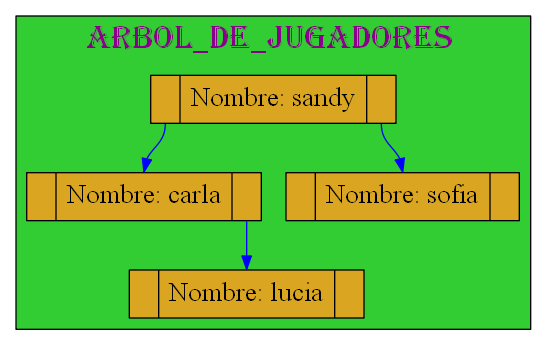
Earlier version of the Graphviz export Graficas/Arbol_Jugadores.dot.png (mariotun/EDD_1S2020_PY1_201602942). Its source is kept beside it as Graficas/Arbol_Jugadores.dot.
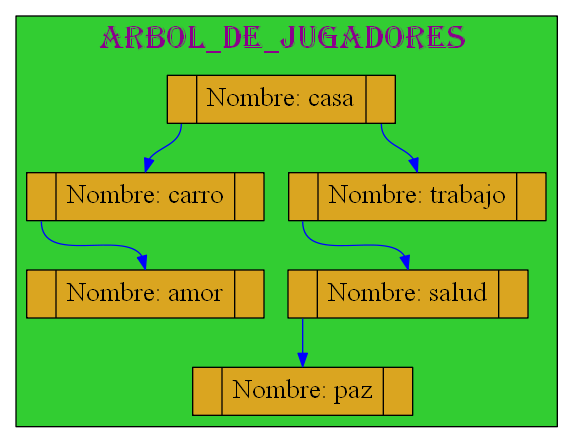
After the change.

The edit, as a diff of the source:
```diff
@@ -11,15 +11,22 @@
 node[shape=record,height=0.5 style=filled fontcolor=black fillcolor=goldenrod fontsize=20 ];
 
 
-25770483664[label="<f0> |<f1>Nombre: sandy |<f2> " ];
-25770483920[label="<f0> |<f1>Nombre: carla |<f2>" ]
-25770483392[label="<f0> |<f1>Nombre: lucia |<f2>" ]
-25770483392[label="<f0> |<f1>Nombre: lucia |<f2>" ]
-25770483232[label="<f0> |<f1>Nombre: sofia |<f2>" ]
+25770475840[label="<f0> |<f1>Nombre: casa |<f2> " ];
+25770476048[label="<f0> |<f1>Nombre: carro |<f2>" ]
+25770476448[label="<f0> |<f1>Nombre: trabajo |<f2>" ]
+25770476256[label="<f0> |<f1>Nombre: salud |<f2>" ]
+25770476256[label="<f0> |<f1>Nombre: salud |<f2>" ]
+25770477264[label="<f0> |<f1>Nombre: paz |<f2>" ]
+25770477264[label="<f0> |<f1>Nombre: paz |<f2>" ]
+25770477264[label="<f0> |<f1>Nombre: paz |<f2>" ]
+25770476704[label="<f0> |<f1>Nombre: amor |<f2>" ]
+25770476704[label="<f0> |<f1>Nombre: amor |<f2>" ]
 
-25770483664:f0->25770483920:f1 [color=blue]
-25770483920:f2->25770483392:f1 [color=blue ]
-25770483664:f2->25770483232:f1 [color=blue ]
+25770475840:f0->25770476048:f1 [color=blue]
+25770475840:f2->25770476448:f1 [color=blue ]
+25770476448:f0->25770476256:f1 [color=blue]
+25770476256:f0->25770477264:f1 [color=blue]
+25770476048:f0->25770476704:f1 [color=blue]
 
  }
 
```
